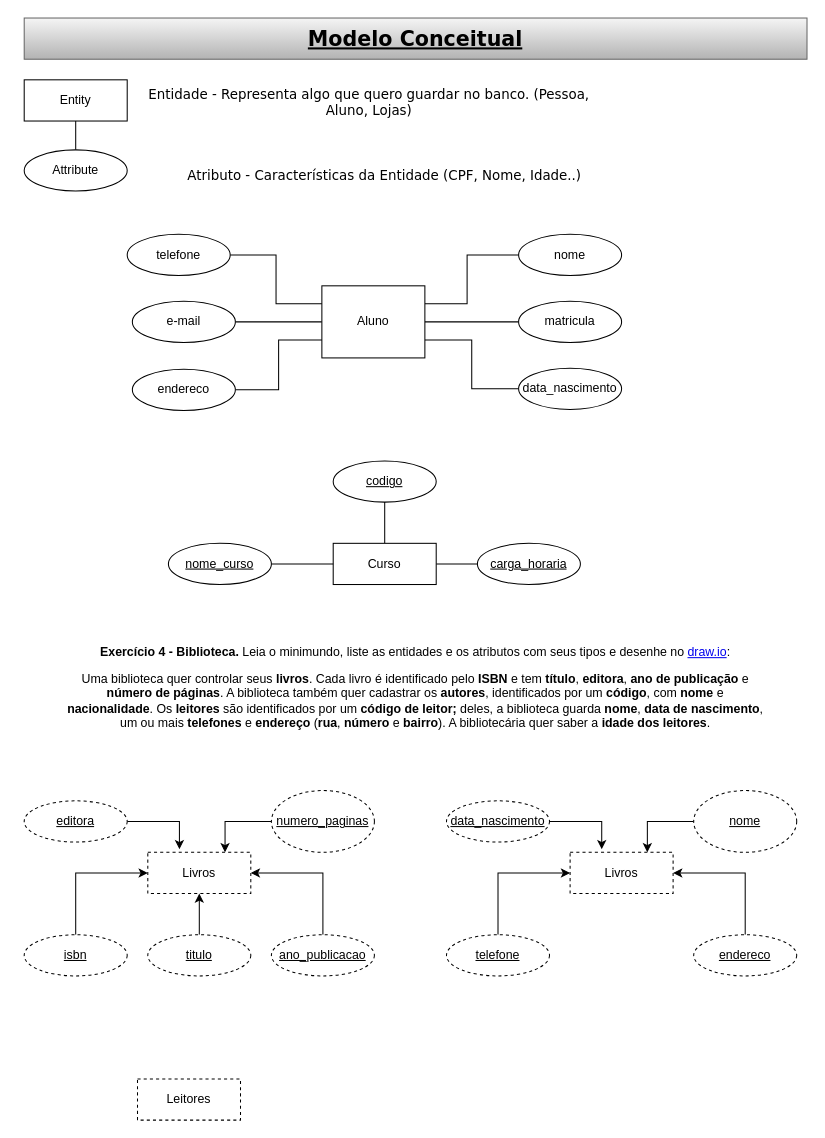
This is page "exercicio-4" (2 of 5) of ConceitosDeModelagem/ModeloConceitual.drawio from gominho-sbc/Fundamentos-Banco-de-dados, a draw.io file, before an edit. Source tidied: cells renumbered, new cells numbered last; positions are measured from the earlier drawing's top-left corner, leaving out a move shared by most shapes. Both pictures are drawn from the tidied source at 103%, with x=0, y=0 at pixel (24, 18).
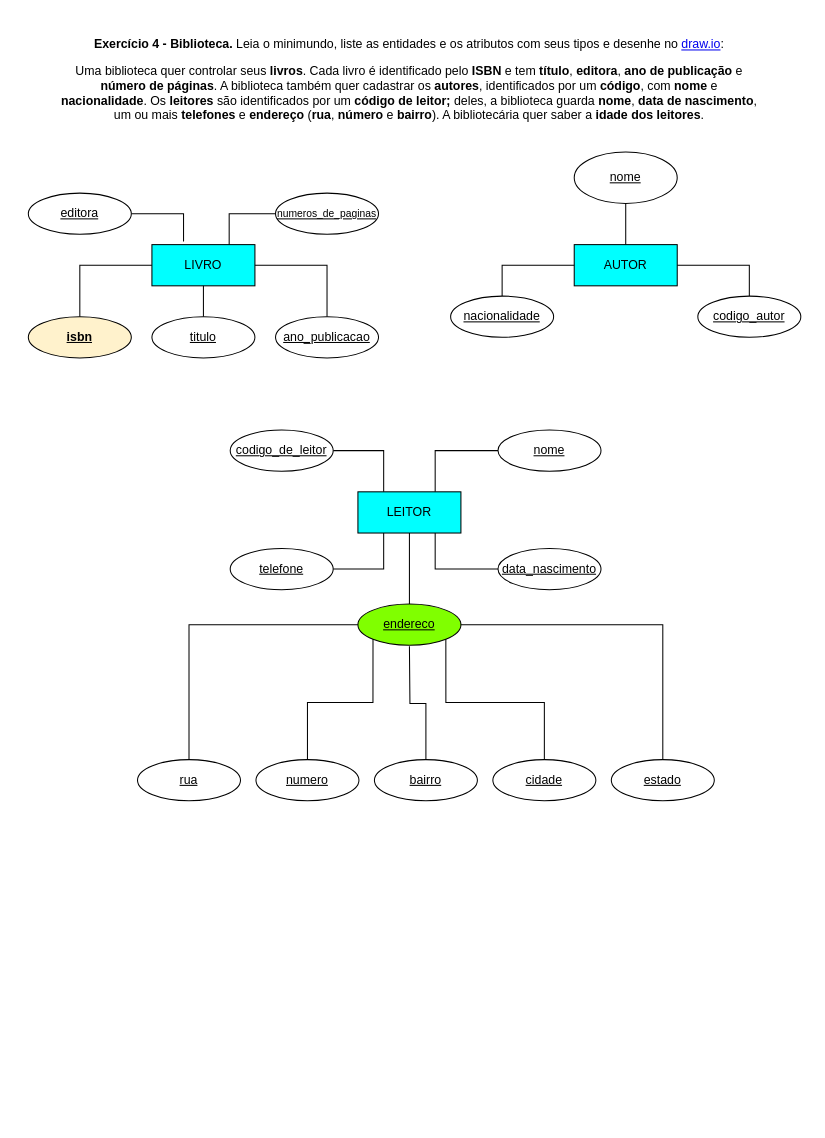
The same page after the edit.

Commit message (it also covers changes not shown here):
Entidades e relacionamentos

Change to the diagram source:
```diff
@@
-    <mxCell id="2" style="edgeStyle=orthogonalEdgeStyle;rounded=0;jettySize=auto;html=1;defaultLabelBackgroundColor=gap;endArrow=none;endFill=0;" parent="1" edge="1" source="3" target="6">
-      <mxGeometry relative="1" as="geometry" />
-    </mxCell>
-    <mxCell id="3" value="Entity" style="whiteSpace=wrap;html=1;align=center;rounded=0;" parent="1" vertex="1">
-      <mxGeometry y="60" width="100" height="40" as="geometry" />
-    </mxCell>
-    <mxCell id="4" value="Entidade - Representa algo que quero guardar no banco. (Pessoa, Aluno, Lojas)&lt;div&gt;&lt;br&gt;&lt;/div&gt;" style="text;html=1;whiteSpace=wrap;strokeColor=none;fillColor=none;align=center;verticalAlign=middle;rounded=0;fontFamily=Verdana;fontSize=13;" parent="1" vertex="1">
-      <mxGeometry x="120" y="75" width="430" height="30" as="geometry" />
-    </mxCell>
-    <mxCell id="5" value="Modelo Conceitual" style="text;html=1;whiteSpace=wrap;fillColor=#f5f5f5;align=center;verticalAlign=middle;rounded=0;fontSize=20;fontFamily=Verdana;fontStyle=5;strokeColor=#666666;gradientColor=#b3b3b3;" parent="1" vertex="1">
-      <mxGeometry width="760" height="40" as="geometry" />
-    </mxCell>
-    <mxCell id="6" value="Attribute" style="ellipse;whiteSpace=wrap;html=1;align=center;rounded=0;" parent="1" vertex="1">
-      <mxGeometry y="128" width="100" height="40" as="geometry" />
-    </mxCell>
-    <mxCell id="7" value="&lt;div&gt;Atributo - Características da Entidade (CPF, Nome, Idade..)&lt;/div&gt;" style="text;html=1;whiteSpace=wrap;strokeColor=none;fillColor=none;align=center;verticalAlign=middle;rounded=0;fontFamily=Verdana;fontSize=13;" parent="1" vertex="1">
-      <mxGeometry x="135" y="138" width="430" height="30" as="geometry" />
-    </mxCell>
-    <mxCell id="8" style="edgeStyle=orthogonalEdgeStyle;rounded=0;jettySize=auto;html=1;defaultLabelBackgroundColor=gap;endArrow=none;endFill=0;" parent="1" edge="1" source="12" target="14">
-      <mxGeometry relative="1" as="geometry" />
-    </mxCell>
-    <mxCell id="9" style="edgeStyle=orthogonalEdgeStyle;rounded=0;jettySize=auto;html=1;defaultLabelBackgroundColor=gap;endArrow=none;endFill=0;exitX=1;exitY=0.25;exitDx=0;exitDy=0;" parent="1" edge="1" source="12" target="13">
-      <mxGeometry x="0.5" relative="1" as="geometry">
-        <Array as="points">
-          <mxPoint x="430" y="277.5" />
-          <mxPoint x="430" y="230" />
-        </Array>
-      </mxGeometry>
-    </mxCell>
-    <mxCell id="10" style="edgeStyle=orthogonalEdgeStyle;rounded=0;jettySize=auto;html=1;defaultLabelBackgroundColor=gap;endArrow=none;endFill=0;" parent="1" edge="1" source="12" target="15">
-      <mxGeometry x="0.53" relative="1" as="geometry" />
-    </mxCell>
-    <mxCell id="11" style="edgeStyle=orthogonalEdgeStyle;rounded=0;jettySize=auto;html=1;exitX=1;exitY=0.75;exitDx=0;exitDy=0;entryX=0;entryY=0.5;entryDx=0;entryDy=0;defaultLabelBackgroundColor=gap;endArrow=none;endFill=0;" parent="1" edge="1" source="12" target="16">
-      <mxGeometry relative="1" as="geometry" />
-    </mxCell>
-    <mxCell id="12" value="Aluno" style="whiteSpace=wrap;html=1;align=center;rounded=0;" parent="1" vertex="1">
-      <mxGeometry x="289" y="260" width="100" height="70" as="geometry" />
-    </mxCell>
-    <mxCell id="13" value="nome" style="ellipse;whiteSpace=wrap;html=1;align=center;rounded=0;" parent="1" vertex="1">
-      <mxGeometry x="480" y="210" width="100" height="40" as="geometry" />
-    </mxCell>
-    <mxCell id="14" value="matricula" style="ellipse;whiteSpace=wrap;html=1;align=center;rounded=0;" parent="1" vertex="1">
-      <mxGeometry x="480" y="275" width="100" height="40" as="geometry" />
-    </mxCell>
-    <mxCell id="15" value="e-mail" style="ellipse;whiteSpace=wrap;html=1;align=center;rounded=0;" parent="1" vertex="1">
-      <mxGeometry x="105" y="275" width="100" height="40" as="geometry" />
-    </mxCell>
-    <mxCell id="16" value="data_nascimento" style="ellipse;whiteSpace=wrap;html=1;align=center;rounded=0;" parent="1" vertex="1">
-      <mxGeometry x="480" y="340" width="100" height="40" as="geometry" />
-    </mxCell>
-    <mxCell id="17" style="edgeStyle=orthogonalEdgeStyle;rounded=0;jettySize=auto;html=1;exitX=1;exitY=0.5;exitDx=0;exitDy=0;entryX=0;entryY=0.25;entryDx=0;entryDy=0;defaultLabelBackgroundColor=gap;endArrow=none;endFill=0;" parent="1" edge="1" source="18" target="12">
-      <mxGeometry relative="1" as="geometry" />
-    </mxCell>
-    <mxCell id="18" value="telefone" style="ellipse;whiteSpace=wrap;html=1;align=center;rounded=0;" parent="1" vertex="1">
-      <mxGeometry x="100" y="210" width="100" height="40" as="geometry" />
-    </mxCell>
-    <mxCell id="19" style="edgeStyle=orthogonalEdgeStyle;rounded=0;jettySize=auto;html=1;entryX=0;entryY=0.75;entryDx=0;entryDy=0;defaultLabelBackgroundColor=gap;endArrow=none;endFill=0;" parent="1" edge="1" source="20" target="12">
-      <mxGeometry relative="1" as="geometry" />
-    </mxCell>
-    <mxCell id="20" value="endereco" style="ellipse;whiteSpace=wrap;html=1;align=center;rounded=0;" parent="1" vertex="1">
-      <mxGeometry x="105" y="341" width="100" height="40" as="geometry" />
-    </mxCell>
-    <mxCell id="21" style="edgeStyle=orthogonalEdgeStyle;rounded=0;jettySize=auto;html=1;defaultLabelBackgroundColor=gap;endArrow=none;endFill=0;" parent="1" edge="1" source="23" target="24">
-      <mxGeometry relative="1" as="geometry" />
-    </mxCell>
-    <mxCell id="22" style="edgeStyle=orthogonalEdgeStyle;rounded=0;jettySize=auto;html=1;defaultLabelBackgroundColor=gap;endArrow=none;endFill=0;" parent="1" edge="1" source="23" target="25">
-      <mxGeometry relative="1" as="geometry" />
-    </mxCell>
-    <mxCell id="23" value="Curso" style="whiteSpace=wrap;html=1;align=center;" parent="1" vertex="1">
-      <mxGeometry x="300" y="510" width="100" height="40" as="geometry" />
-    </mxCell>
-    <mxCell id="24" value="codigo" style="ellipse;whiteSpace=wrap;html=1;align=center;fontStyle=20;" parent="1" vertex="1">
-      <mxGeometry x="300" y="430" width="100" height="40" as="geometry" />
-    </mxCell>
-    <mxCell id="25" value="carga_horaria" style="ellipse;whiteSpace=wrap;html=1;align=center;fontStyle=20;" parent="1" vertex="1">
-      <mxGeometry x="440" y="510" width="100" height="40" as="geometry" />
-    </mxCell>
-    <mxCell id="26" style="edgeStyle=orthogonalEdgeStyle;rounded=0;jettySize=auto;html=1;exitX=1;exitY=0.5;exitDx=0;exitDy=0;entryX=0;entryY=0.5;entryDx=0;entryDy=0;defaultLabelBackgroundColor=gap;endArrow=none;endFill=0;" parent="1" edge="1" source="27" target="23">
-      <mxGeometry relative="1" as="geometry" />
-    </mxCell>
-    <mxCell id="27" value="nome_curso" style="ellipse;whiteSpace=wrap;html=1;align=center;fontStyle=20;" parent="1" vertex="1">
-      <mxGeometry x="140" y="510" width="100" height="40" as="geometry" />
-    </mxCell>
     <mxCell id="28" value="&lt;p&gt;&lt;strong&gt;Exercício 4 - Biblioteca.&lt;/strong&gt; Leia o minimundo, liste as entidades e os atributos com seus tipos e desenhe no &lt;a href=&quot;http://draw.io&quot;&gt;draw.io&lt;/a&gt;:&lt;/p&gt;&lt;blockquote&gt;&lt;p&gt;Uma biblioteca quer controlar seus &lt;b&gt;livros&lt;/b&gt;. Cada livro é identificado pelo &lt;b&gt;ISBN &lt;/b&gt;e tem &lt;b&gt;título&lt;/b&gt;, &lt;b&gt;editora&lt;/b&gt;, &lt;b&gt;ano de publicação&lt;/b&gt; e &lt;b&gt;número de páginas&lt;/b&gt;. A biblioteca também quer cadastrar os &lt;b&gt;autores&lt;/b&gt;, identificados por um &lt;b&gt;código&lt;/b&gt;, com &lt;b&gt;nome &lt;/b&gt;e &lt;b&gt;nacionalidade&lt;/b&gt;. Os &lt;b&gt;leitores &lt;/b&gt;são identificados por um &lt;b&gt;código de leitor;&lt;/b&gt; deles, a biblioteca guarda &lt;b&gt;nome&lt;/b&gt;, &lt;b&gt;data de nascimento&lt;/b&gt;, um ou mais &lt;b&gt;telefones &lt;/b&gt;e &lt;b&gt;endereço &lt;/b&gt;(&lt;b&gt;rua&lt;/b&gt;, &lt;b&gt;número &lt;/b&gt;e &lt;b&gt;bairro&lt;/b&gt;). A bibliotecária quer saber a &lt;b&gt;idade dos leitores&lt;/b&gt;.&lt;/p&gt;&lt;/blockquote&gt;" style="text;html=1;whiteSpace=wrap;strokeColor=none;fillColor=none;align=center;verticalAlign=middle;rounded=0;" parent="1" vertex="1">
-      <mxGeometry y="600" width="760" height="100" as="geometry" />
+      <mxGeometry x="-6" y="10" width="760" height="100" as="geometry" />
     </mxCell>
-    <mxCell id="29" value="Leitores" style="whiteSpace=wrap;html=1;align=center;dashed=1;" parent="1" vertex="1">
-      <mxGeometry x="110" y="1030" width="100" height="40" as="geometry" />
+    <mxCell id="29" value="LEITOR" style="whiteSpace=wrap;html=1;align=center;fillColor=#00FFFF;" parent="1" vertex="1">
+      <mxGeometry x="324" y="460" width="100" height="40" as="geometry" />
     </mxCell>
-    <mxCell id="30" value="Livros" style="whiteSpace=wrap;html=1;align=center;dashed=1;" parent="1" vertex="1">
-      <mxGeometry x="120" y="810" width="100" height="40" as="geometry" />
+    <mxCell id="30" value="LIVRO" style="whiteSpace=wrap;html=1;align=center;fillColor=#00FFFF;" parent="1" vertex="1">
+      <mxGeometry x="124" y="220" width="100" height="40" as="geometry" />
     </mxCell>
-    <mxCell id="31" style="edgeStyle=orthogonalEdgeStyle;shape=wire;rounded=0;jettySize=auto;html=1;dashed=1;defaultLabelBackgroundColor=gap;" parent="1" edge="1" source="32" target="30">
+    <mxCell id="31" style="edgeStyle=orthogonalEdgeStyle;shape=wire;rounded=0;jettySize=auto;html=1;defaultLabelBackgroundColor=gap;endArrow=none;endFill=0;" parent="1" edge="1" source="32" target="30">
       <mxGeometry relative="1" as="geometry" />
     </mxCell>
-    <mxCell id="32" value="titulo" style="ellipse;whiteSpace=wrap;html=1;align=center;fontStyle=20;dashed=1;" parent="1" vertex="1">
-      <mxGeometry x="120" y="890" width="100" height="40" as="geometry" />
+    <mxCell id="32" value="titulo" style="ellipse;whiteSpace=wrap;html=1;align=center;fontStyle=20;" parent="1" vertex="1">
+      <mxGeometry x="124" y="290" width="100" height="40" as="geometry" />
     </mxCell>
-    <mxCell id="33" style="edgeStyle=orthogonalEdgeStyle;shape=wire;rounded=0;jettySize=auto;html=1;entryX=0;entryY=0.5;entryDx=0;entryDy=0;dashed=1;defaultLabelBackgroundColor=gap;" parent="1" edge="1" source="34" target="30">
+    <mxCell id="33" style="edgeStyle=orthogonalEdgeStyle;shape=wire;rounded=0;jettySize=auto;html=1;entryX=0;entryY=0.5;entryDx=0;entryDy=0;defaultLabelBackgroundColor=gap;endArrow=none;endFill=0;" parent="1" edge="1" source="34" target="30">
       <mxGeometry relative="1" as="geometry">
         <Array as="points">
-          <mxPoint x="50" y="830" />
+          <mxPoint x="54" y="240" />
         </Array>
       </mxGeometry>
     </mxCell>
-    <mxCell id="34" value="isbn" style="ellipse;whiteSpace=wrap;html=1;align=center;fontStyle=20;dashed=1;" parent="1" vertex="1">
-      <mxGeometry y="890" width="100" height="40" as="geometry" />
+    <mxCell id="34" value="&lt;b&gt;isbn&lt;/b&gt;" style="ellipse;whiteSpace=wrap;html=1;align=center;fontStyle=20;fillColor=#FFF2CC;" parent="1" vertex="1">
+      <mxGeometry x="4" y="290" width="100" height="40" as="geometry" />
     </mxCell>
-    <mxCell id="35" style="edgeStyle=orthogonalEdgeStyle;shape=wire;rounded=0;jettySize=auto;html=1;dashed=1;defaultLabelBackgroundColor=gap;entryX=0.307;entryY=-0.075;entryDx=0;entryDy=0;entryPerimeter=0;" parent="1" edge="1" source="36" target="30">
+    <mxCell id="35" style="edgeStyle=orthogonalEdgeStyle;shape=wire;rounded=0;jettySize=auto;html=1;defaultLabelBackgroundColor=gap;entryX=0.307;entryY=-0.075;entryDx=0;entryDy=0;entryPerimeter=0;endArrow=none;endFill=0;" parent="1" edge="1" source="36" target="30">
       <mxGeometry x="0.29" relative="1" as="geometry" />
     </mxCell>
-    <mxCell id="36" value="editora" style="ellipse;whiteSpace=wrap;html=1;align=center;fontStyle=20;dashed=1;" parent="1" vertex="1">
-      <mxGeometry y="760" width="100" height="40" as="geometry" />
+    <mxCell id="36" value="editora" style="ellipse;whiteSpace=wrap;html=1;align=center;fontStyle=20;" parent="1" vertex="1">
+      <mxGeometry x="4" y="170" width="100" height="40" as="geometry" />
     </mxCell>
-    <mxCell id="37" style="edgeStyle=orthogonalEdgeStyle;shape=wire;rounded=0;jettySize=auto;html=1;entryX=1;entryY=0.5;entryDx=0;entryDy=0;dashed=1;defaultLabelBackgroundColor=gap;" parent="1" edge="1" source="38" target="30">
+    <mxCell id="37" style="edgeStyle=orthogonalEdgeStyle;shape=wire;rounded=0;jettySize=auto;html=1;entryX=1;entryY=0.5;entryDx=0;entryDy=0;defaultLabelBackgroundColor=gap;endArrow=none;endFill=0;" parent="1" edge="1" source="38" target="30">
       <mxGeometry x="-0.08" relative="1" as="geometry">
         <Array as="points">
-          <mxPoint x="290" y="830" />
+          <mxPoint x="294" y="240" />
         </Array>
       </mxGeometry>
     </mxCell>
-    <mxCell id="38" value="ano_publicacao" style="ellipse;whiteSpace=wrap;html=1;align=center;fontStyle=20;dashed=1;" parent="1" vertex="1">
-      <mxGeometry x="240" y="890" width="100" height="40" as="geometry" />
+    <mxCell id="38" value="ano_publicacao" style="ellipse;whiteSpace=wrap;html=1;align=center;fontStyle=20;" parent="1" vertex="1">
+      <mxGeometry x="244" y="290" width="100" height="40" as="geometry" />
     </mxCell>
-    <mxCell id="39" style="edgeStyle=orthogonalEdgeStyle;shape=wire;rounded=0;jettySize=auto;html=1;entryX=0.75;entryY=0;entryDx=0;entryDy=0;dashed=1;defaultLabelBackgroundColor=gap;" parent="1" edge="1" source="40" target="30">
-      <mxGeometry relative="1" as="geometry" />
+    <mxCell id="39" style="edgeStyle=orthogonalEdgeStyle;shape=wire;rounded=0;jettySize=auto;html=1;entryX=0.75;entryY=0;entryDx=0;entryDy=0;defaultLabelBackgroundColor=gap;endArrow=none;endFill=0;" parent="1" edge="1" source="57" target="30">
+      <mxGeometry x="0.01" relative="1" as="geometry" />
     </mxCell>
-    <mxCell id="40" value="numero_paginas" style="ellipse;whiteSpace=wrap;html=1;align=center;fontStyle=20;dashed=1;" parent="1" vertex="1">
-      <mxGeometry x="240" y="750" width="100" height="60" as="geometry" />
-    </mxCell>
-    <mxCell id="41" value="Livros" style="whiteSpace=wrap;html=1;align=center;dashed=1;" parent="1" vertex="1">
-      <mxGeometry x="530" y="810" width="100" height="40" as="geometry" />
+    <mxCell id="41" value="AUTOR" style="whiteSpace=wrap;html=1;align=center;fillColor=#00FFFF;" parent="1" vertex="1">
+      <mxGeometry x="534" y="220" width="100" height="40" as="geometry" />
     </mxCell>
-    <mxCell id="42" style="edgeStyle=orthogonalEdgeStyle;shape=wire;rounded=0;jettySize=auto;html=1;entryX=0;entryY=0.5;entryDx=0;entryDy=0;dashed=1;defaultLabelBackgroundColor=gap;" parent="1" edge="1" source="43" target="41">
+    <mxCell id="42" style="edgeStyle=orthogonalEdgeStyle;shape=wire;rounded=0;jettySize=auto;html=1;entryX=0;entryY=0.5;entryDx=0;entryDy=0;defaultLabelBackgroundColor=gap;endArrow=none;endFill=0;" parent="1" edge="1" source="43" target="41">
       <mxGeometry relative="1" as="geometry">
         <Array as="points">
-          <mxPoint x="460" y="830" />
+          <mxPoint x="464" y="240" />
         </Array>
       </mxGeometry>
     </mxCell>
-    <mxCell id="43" value="telefone" style="ellipse;whiteSpace=wrap;html=1;align=center;fontStyle=20;dashed=1;" parent="1" vertex="1">
-      <mxGeometry x="410" y="890" width="100" height="40" as="geometry" />
+    <mxCell id="43" value="nacionalidade" style="ellipse;whiteSpace=wrap;html=1;align=center;fontStyle=20;" parent="1" vertex="1">
+      <mxGeometry x="414" y="270" width="100" height="40" as="geometry" />
     </mxCell>
-    <mxCell id="44" style="edgeStyle=orthogonalEdgeStyle;shape=wire;rounded=0;jettySize=auto;html=1;dashed=1;defaultLabelBackgroundColor=gap;entryX=0.307;entryY=-0.075;entryDx=0;entryDy=0;entryPerimeter=0;" parent="1" edge="1" source="45" target="41">
-      <mxGeometry x="0.29" relative="1" as="geometry" />
-    </mxCell>
-    <mxCell id="45" value="data_nascimento" style="ellipse;whiteSpace=wrap;html=1;align=center;fontStyle=20;dashed=1;" parent="1" vertex="1">
-      <mxGeometry x="410" y="760" width="100" height="40" as="geometry" />
-    </mxCell>
-    <mxCell id="46" style="edgeStyle=orthogonalEdgeStyle;shape=wire;rounded=0;jettySize=auto;html=1;entryX=1;entryY=0.5;entryDx=0;entryDy=0;dashed=1;defaultLabelBackgroundColor=gap;" parent="1" edge="1" source="47" target="41">
+    <mxCell id="46" style="edgeStyle=orthogonalEdgeStyle;shape=wire;rounded=0;jettySize=auto;html=1;entryX=1;entryY=0.5;entryDx=0;entryDy=0;defaultLabelBackgroundColor=gap;endArrow=none;endFill=0;" parent="1" edge="1" source="47" target="41">
       <mxGeometry x="-0.08" relative="1" as="geometry">
         <Array as="points">
-          <mxPoint x="700" y="830" />
+          <mxPoint x="704" y="240" />
         </Array>
       </mxGeometry>
     </mxCell>
-    <mxCell id="47" value="endereco" style="ellipse;whiteSpace=wrap;html=1;align=center;fontStyle=20;dashed=1;" parent="1" vertex="1">
-      <mxGeometry x="650" y="890" width="100" height="40" as="geometry" />
+    <mxCell id="47" value="codigo_autor" style="ellipse;whiteSpace=wrap;html=1;align=center;fontStyle=20;" parent="1" vertex="1">
+      <mxGeometry x="654" y="270" width="100" height="40" as="geometry" />
     </mxCell>
-    <mxCell id="48" style="edgeStyle=orthogonalEdgeStyle;shape=wire;rounded=0;jettySize=auto;html=1;entryX=0.75;entryY=0;entryDx=0;entryDy=0;dashed=1;defaultLabelBackgroundColor=gap;" parent="1" edge="1" source="49" target="41">
-      <mxGeometry relative="1" as="geometry" />
+    <mxCell id="48" style="edgeStyle=orthogonalEdgeStyle;shape=wire;rounded=0;jettySize=auto;html=1;entryX=0.5;entryY=0;entryDx=0;entryDy=0;defaultLabelBackgroundColor=gap;endArrow=none;endFill=0;" parent="1" edge="1" source="49" target="41">
+      <mxGeometry x="-0.26" relative="1" as="geometry" />
     </mxCell>
-    <mxCell id="49" value="nome" style="ellipse;whiteSpace=wrap;html=1;align=center;fontStyle=20;dashed=1;" parent="1" vertex="1">
-      <mxGeometry x="650" y="750" width="100" height="60" as="geometry" />
+    <mxCell id="49" value="nome" style="ellipse;whiteSpace=wrap;html=1;align=center;fontStyle=20;" parent="1" vertex="1">
+      <mxGeometry x="534" y="130" width="100" height="50" as="geometry" />
     </mxCell>
+    <mxCell id="50" style="edgeStyle=orthogonalEdgeStyle;shape=wire;rounded=0;jettySize=auto;html=1;exitX=0;exitY=0.5;exitDx=0;exitDy=0;entryX=0.75;entryY=0;entryDx=0;entryDy=0;defaultLabelBackgroundColor=gap;endArrow=none;endFill=0;" parent="1" edge="1" source="13" target="29">
+      <mxGeometry x="0.01" relative="1" as="geometry" />
+    </mxCell>
+    <mxCell id="13" value="nome" style="ellipse;whiteSpace=wrap;html=1;align=center;fontStyle=20;" parent="1" vertex="1">
+      <mxGeometry x="460" y="400" width="100" height="40" as="geometry" />
+    </mxCell>
+    <mxCell id="51" style="edgeStyle=orthogonalEdgeStyle;shape=wire;rounded=0;jettySize=auto;html=1;exitX=0;exitY=0.5;exitDx=0;exitDy=0;entryX=0.75;entryY=1;entryDx=0;entryDy=0;defaultLabelBackgroundColor=gap;endArrow=none;endFill=0;" parent="1" edge="1" source="52" target="29">
+      <mxGeometry relative="1" as="geometry" />
+    </mxCell>
+    <mxCell id="52" value="data_nascimento" style="ellipse;whiteSpace=wrap;html=1;align=center;fontStyle=20;" parent="1" vertex="1">
+      <mxGeometry x="460" y="515" width="100" height="40" as="geometry" />
+    </mxCell>
+    <mxCell id="53" style="edgeStyle=orthogonalEdgeStyle;shape=wire;rounded=0;jettySize=auto;html=1;exitX=1;exitY=0.5;exitDx=0;exitDy=0;entryX=0.25;entryY=1;entryDx=0;entryDy=0;defaultLabelBackgroundColor=gap;endArrow=none;endFill=0;" parent="1" edge="1" source="18" target="29">
+      <mxGeometry x="-0.34" relative="1" as="geometry" />
+    </mxCell>
+    <mxCell id="18" value="telefone" style="ellipse;whiteSpace=wrap;html=1;align=center;fontStyle=20;" parent="1" vertex="1">
+      <mxGeometry x="200" y="515" width="100" height="40" as="geometry" />
+    </mxCell>
+    <mxCell id="54" style="edgeStyle=orthogonalEdgeStyle;shape=wire;rounded=0;jettySize=auto;html=1;exitX=0.5;exitY=0;exitDx=0;exitDy=0;defaultLabelBackgroundColor=gap;entryX=0.5;entryY=1;entryDx=0;entryDy=0;endArrow=none;endFill=0;" parent="1" edge="1" source="20" target="29">
+      <mxGeometry x="-0.03" relative="1" as="geometry" />
+    </mxCell>
+    <mxCell id="20" value="endereco" style="ellipse;whiteSpace=wrap;html=1;align=center;fontStyle=20;fillColor=#80FF00;" parent="1" vertex="1">
+      <mxGeometry x="324" y="569" width="100" height="40" as="geometry" />
+    </mxCell>
+    <mxCell id="55" style="edgeStyle=orthogonalEdgeStyle;shape=wire;rounded=0;jettySize=auto;html=1;exitX=1;exitY=0.5;exitDx=0;exitDy=0;defaultLabelBackgroundColor=gap;endArrow=none;endFill=0;entryX=0.25;entryY=0;entryDx=0;entryDy=0;" parent="1" edge="1" source="56" target="29">
+      <mxGeometry relative="1" as="geometry" />
+    </mxCell>
+    <mxCell id="56" value="codigo_de_leitor" style="ellipse;whiteSpace=wrap;html=1;align=center;fontStyle=20;" parent="1" vertex="1">
+      <mxGeometry x="200" y="400" width="100" height="40" as="geometry" />
+    </mxCell>
+    <mxCell id="57" value="&lt;font style=&quot;font-size: 10px;&quot;&gt;numeros_de_paginas&lt;/font&gt;" style="ellipse;whiteSpace=wrap;html=1;align=center;fontStyle=20;" parent="1" vertex="1">
+      <mxGeometry x="244" y="170" width="100" height="40" as="geometry" />
+    </mxCell>
+    <mxCell id="58" style="edgeStyle=orthogonalEdgeStyle;shape=wire;rounded=0;jettySize=auto;html=1;exitX=0.5;exitY=0;exitDx=0;exitDy=0;entryX=0;entryY=0.5;entryDx=0;entryDy=0;defaultLabelBackgroundColor=gap;endArrow=none;endFill=0;" parent="1" edge="1" source="59" target="20">
+      <mxGeometry x="-0.4" relative="1" as="geometry" />
+    </mxCell>
+    <mxCell id="59" value="rua" style="ellipse;whiteSpace=wrap;html=1;align=center;fontStyle=20;" parent="1" vertex="1">
+      <mxGeometry x="110" y="720" width="100" height="40" as="geometry" />
+    </mxCell>
+    <mxCell id="60" style="edgeStyle=orthogonalEdgeStyle;shape=wire;rounded=0;jettySize=auto;html=1;exitX=0.5;exitY=0;exitDx=0;exitDy=0;entryX=1;entryY=1;entryDx=0;entryDy=0;defaultLabelBackgroundColor=gap;endArrow=none;endFill=0;" parent="1" edge="1" source="61" target="20">
+      <mxGeometry relative="1" as="geometry" />
+    </mxCell>
+    <mxCell id="61" value="cidade" style="ellipse;whiteSpace=wrap;html=1;align=center;fontStyle=20;" parent="1" vertex="1">
+      <mxGeometry x="455" y="720" width="100" height="40" as="geometry" />
+    </mxCell>
+    <mxCell id="62" value="bairro" style="ellipse;whiteSpace=wrap;html=1;align=center;fontStyle=20;" parent="1" vertex="1">
+      <mxGeometry x="340" y="720" width="100" height="40" as="geometry" />
+    </mxCell>
+    <mxCell id="63" style="edgeStyle=orthogonalEdgeStyle;shape=wire;rounded=0;jettySize=auto;html=1;defaultLabelBackgroundColor=gap;entryX=0;entryY=1;entryDx=0;entryDy=0;endArrow=none;endFill=0;" parent="1" edge="1" source="64" target="20">
+      <mxGeometry x="-0.21" relative="1" as="geometry" />
+    </mxCell>
+    <mxCell id="64" value="numero" style="ellipse;whiteSpace=wrap;html=1;align=center;fontStyle=20;" parent="1" vertex="1">
+      <mxGeometry x="225" y="720" width="100" height="40" as="geometry" />
+    </mxCell>
+    <mxCell id="65" style="edgeStyle=orthogonalEdgeStyle;shape=wire;rounded=0;jettySize=auto;html=1;exitX=0.5;exitY=0;exitDx=0;exitDy=0;entryX=1;entryY=0.5;entryDx=0;entryDy=0;defaultLabelBackgroundColor=gap;endArrow=none;endFill=0;" parent="1" edge="1" source="66" target="20">
+      <mxGeometry x="0.01" relative="1" as="geometry" />
+    </mxCell>
+    <mxCell id="66" value="estado" style="ellipse;whiteSpace=wrap;html=1;align=center;fontStyle=20;" parent="1" vertex="1">
+      <mxGeometry x="570" y="720" width="100" height="40" as="geometry" />
+    </mxCell>
+    <mxCell id="67" style="edgeStyle=orthogonalEdgeStyle;shape=wire;rounded=0;jettySize=auto;html=1;exitX=0.5;exitY=0;exitDx=0;exitDy=0;defaultLabelBackgroundColor=gap;endArrow=none;endFill=0;" parent="1" edge="1" source="62">
+      <mxGeometry x="-0.08" relative="1" as="geometry">
+        <mxPoint x="374" y="610" as="targetPoint" />
+      </mxGeometry>
+    </mxCell>
```
